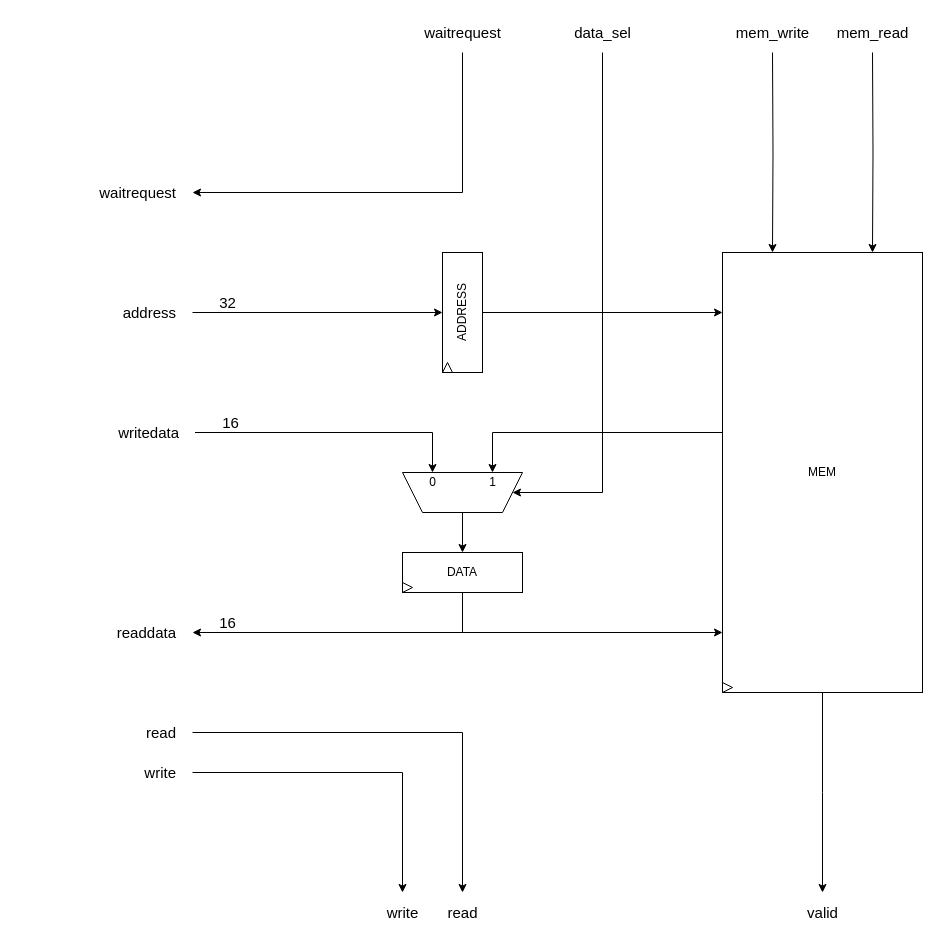
Before: page "rtl_avalonside" (2 of 3) of rtl/avalon_hyperRAM_interface.drawio in AndreaBononi/IP_cores, a draw.io diagram. Source tidied: cells renumbered, new cells numbered last; positions are measured from the earlier drawing's top-left corner, leaving out a move shared by most shapes. Both pictures are drawn from the tidied source at 100%, with x=0, y=0 at pixel (87, 17).
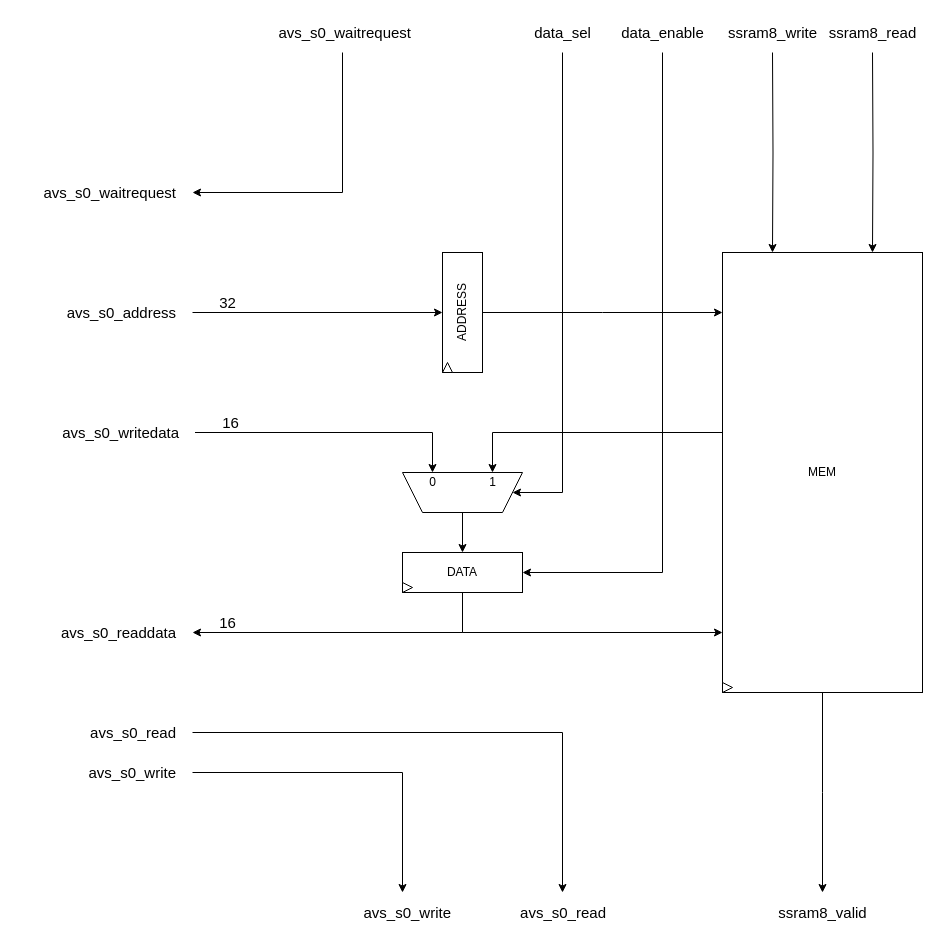
The same page after the edit.

Unchanged cells that the change refers to:
```xml
<mxCell id="4" value="DATA" style="rounded=0;whiteSpace=wrap;html=1;horizontal=0;rotation=90;" parent="1" vertex="1">
  <mxGeometry x="355" y="495" width="40" height="120" as="geometry" />
</mxCell>
<mxCell id="37" style="shape=trapezoid;perimeter=trapezoidPerimeter;whiteSpace=wrap;html=1;fixedSize=1;direction=west;" parent="1" vertex="1">
  <mxGeometry x="315" y="455" width="120" height="40" as="geometry" />
</mxCell>
```

The edit, as a diff of the source:
```diff
@@
+    <mxCell id="41" style="edgeStyle=orthogonalEdgeStyle;rounded=0;jettySize=auto;html=1;exitX=0.5;exitY=0;exitDx=0;exitDy=0;entryX=0.5;entryY=0;entryDx=0;entryDy=0;" parent="1" edge="1" target="4">
+      <mxGeometry relative="1" as="geometry">
+        <mxPoint x="575" y="35" as="sourcePoint" />
+        <Array as="points">
+          <mxPoint x="575" y="555" />
+        </Array>
+      </mxGeometry>
+    </mxCell>
@@
-    <mxCell id="7" value="&lt;font style=&quot;font-size: 15px&quot;&gt;address&lt;/font&gt;" style="text;html=1;align=right;verticalAlign=middle;strokeColor=none;fillColor=none;" parent="1" vertex="1">
-      <mxGeometry x="20" y="285" width="70" height="20" as="geometry" />
+    <mxCell id="7" value="&lt;font style=&quot;font-size: 15px;&quot;&gt;avs_s0_&lt;font style=&quot;font-size: 15px;&quot;&gt;address&lt;/font&gt;&lt;/font&gt;" style="text;html=1;align=right;verticalAlign=middle;strokeColor=none;fillColor=none;" parent="1" vertex="1">
+      <mxGeometry x="-40" y="280" width="130" height="30" as="geometry" />
     </mxCell>
-    <mxCell id="8" value="&lt;div&gt;readdata&lt;/div&gt;" style="text;html=1;align=right;verticalAlign=middle;strokeColor=none;fillColor=none;fontSize=15;" parent="1" vertex="1">
-      <mxGeometry x="20" y="605" width="70" height="20" as="geometry" />
+    <mxCell id="8" value="avs_s0_readdata" style="text;html=1;align=right;verticalAlign=middle;strokeColor=none;fillColor=none;fontSize=15;" parent="1" vertex="1">
+      <mxGeometry x="-50" y="600" width="140" height="30" as="geometry" />
     </mxCell>
-    <mxCell id="9" value="&lt;div&gt;read&lt;/div&gt;" style="text;html=1;align=right;verticalAlign=middle;strokeColor=none;fillColor=none;fontSize=15;" parent="1" vertex="1">
-      <mxGeometry x="40" y="705" width="50" height="20" as="geometry" />
+    <mxCell id="9" value="avs_s0_read" style="text;html=1;align=right;verticalAlign=middle;strokeColor=none;fillColor=none;fontSize=15;" parent="1" vertex="1">
+      <mxGeometry x="-20" y="700" width="110" height="30" as="geometry" />
     </mxCell>
-    <mxCell id="10" value="writedata" style="text;html=1;align=right;verticalAlign=middle;strokeColor=none;fillColor=none;fontSize=15;" parent="1" vertex="1">
-      <mxGeometry x="12.5" y="405" width="80" height="20" as="geometry" />
+    <mxCell id="10" value="avs_s0_writedata" style="text;html=1;align=right;verticalAlign=middle;strokeColor=none;fillColor=none;fontSize=15;" parent="1" vertex="1">
+      <mxGeometry x="-47.5" y="400" width="140" height="30" as="geometry" />
     </mxCell>
-    <mxCell id="11" value="write" style="text;html=1;align=right;verticalAlign=middle;strokeColor=none;fillColor=none;fontSize=15;" parent="1" vertex="1">
-      <mxGeometry x="40" y="745" width="50" height="20" as="geometry" />
+    <mxCell id="11" value="avs_s0_write" style="text;html=1;align=right;verticalAlign=middle;strokeColor=none;fillColor=none;fontSize=15;" parent="1" vertex="1">
+      <mxGeometry x="-20" y="740" width="110" height="30" as="geometry" />
     </mxCell>
-    <mxCell id="12" value="waitrequest" style="text;html=1;align=right;verticalAlign=middle;strokeColor=none;fillColor=none;fontSize=15;" parent="1" vertex="1">
-      <mxGeometry y="165" width="90" height="20" as="geometry" />
+    <mxCell id="12" value="avs_s0_waitrequest" style="text;html=1;align=right;verticalAlign=middle;strokeColor=none;fillColor=none;fontSize=15;" parent="1" vertex="1">
+      <mxGeometry x="-70" y="160" width="160" height="30" as="geometry" />
     </mxCell>
     <mxCell id="13" style="endArrow=classic;html=1;rounded=0;fontSize=15;" parent="1" edge="1">
       <mxGeometry relative="1" as="geometry">
-        <mxPoint x="375" y="35" as="sourcePoint" />
+        <mxPoint x="255" y="35" as="sourcePoint" />
         <mxPoint x="105" y="175" as="targetPoint" />
         <Array as="points">
-          <mxPoint x="375" y="175" />
+          <mxPoint x="255" y="175" />
         </Array>
       </mxGeometry>
     </mxCell>
@@
     <mxCell id="19" style="endArrow=classic;html=1;rounded=0;fontSize=15;" parent="1" edge="1">
       <mxGeometry relative="1" as="geometry">
         <mxPoint x="105" y="715" as="sourcePoint" />
-        <mxPoint x="375" y="875" as="targetPoint" />
+        <mxPoint x="475" y="875" as="targetPoint" />
         <Array as="points">
-          <mxPoint x="375" y="715" />
+          <mxPoint x="475" y="715" />
         </Array>
       </mxGeometry>
     </mxCell>
@@
-    <mxCell id="27" value="&lt;div&gt;read&lt;/div&gt;" style="text;html=1;align=center;verticalAlign=middle;strokeColor=none;fillColor=none;fontSize=15;" parent="1" vertex="1">
-      <mxGeometry x="350" y="885" width="50" height="20" as="geometry" />
-    </mxCell>
-    <mxCell id="28" value="write" style="text;html=1;align=center;verticalAlign=middle;strokeColor=none;fillColor=none;fontSize=15;" parent="1" vertex="1">
-      <mxGeometry x="290" y="885" width="50" height="20" as="geometry" />
-    </mxCell>
-    <mxCell id="29" value="waitrequest" style="text;html=1;align=center;verticalAlign=middle;strokeColor=none;fillColor=none;fontSize=15;" parent="1" vertex="1">
-      <mxGeometry x="330" y="5" width="90" height="20" as="geometry" />
-    </mxCell>
-    <mxCell id="30" value="&lt;font style=&quot;font-size: 15px;&quot;&gt;mem_read&lt;/font&gt;" style="text;html=1;align=center;verticalAlign=middle;strokeColor=none;fillColor=none;" parent="1" vertex="1">
-      <mxGeometry x="740" width="90" height="30" as="geometry" />
+    <mxCell id="30" value="&lt;font style=&quot;font-size: 15px;&quot;&gt;ssram8_read&lt;/font&gt;" style="text;html=1;align=center;verticalAlign=middle;strokeColor=none;fillColor=none;" parent="1" vertex="1">
+      <mxGeometry x="730" width="110" height="30" as="geometry" />
     </mxCell>
@@
-    <mxCell id="32" value="&lt;font style=&quot;font-size: 15px;&quot;&gt;valid&lt;/font&gt;" style="text;html=1;align=center;verticalAlign=middle;strokeColor=none;fillColor=none;" parent="1" vertex="1">
-      <mxGeometry x="710" y="880" width="50" height="30" as="geometry" />
+    <mxCell id="32" value="&lt;font style=&quot;font-size: 15px;&quot;&gt;ssram8_&lt;font style=&quot;font-size: 15px;&quot;&gt;valid&lt;/font&gt;&lt;/font&gt;" style="text;html=1;align=center;verticalAlign=middle;strokeColor=none;fillColor=none;" parent="1" vertex="1">
+      <mxGeometry x="680" y="880" width="110" height="30" as="geometry" />
     </mxCell>
-    <mxCell id="33" value="&lt;font style=&quot;font-size: 15px;&quot;&gt;mem_write&lt;/font&gt;" style="text;html=1;align=center;verticalAlign=middle;strokeColor=none;fillColor=none;" parent="1" vertex="1">
-      <mxGeometry x="635" width="100" height="30" as="geometry" />
+    <mxCell id="33" value="&lt;font style=&quot;font-size: 15px;&quot;&gt;ssram8_write&lt;/font&gt;" style="text;html=1;align=center;verticalAlign=middle;strokeColor=none;fillColor=none;" parent="1" vertex="1">
+      <mxGeometry x="630" width="110" height="30" as="geometry" />
     </mxCell>
@@
     <mxCell id="36" style="edgeStyle=orthogonalEdgeStyle;rounded=0;jettySize=auto;html=1;entryX=0;entryY=0.5;entryDx=0;entryDy=0;" parent="1" edge="1" target="37">
       <mxGeometry relative="1" as="geometry">
-        <mxPoint x="515" y="35" as="sourcePoint" />
+        <mxPoint x="475" y="35" as="sourcePoint" />
         <Array as="points">
-          <mxPoint x="515" y="475" />
+          <mxPoint x="475" y="35" />
+          <mxPoint x="475" y="475" />
         </Array>
       </mxGeometry>
     </mxCell>
@@
     <mxCell id="40" value="&lt;font style=&quot;font-size: 15px;&quot;&gt;data_sel&lt;/font&gt;" style="text;html=1;align=center;verticalAlign=middle;strokeColor=none;fillColor=none;" parent="1" vertex="1">
-      <mxGeometry x="475" width="80" height="30" as="geometry" />
+      <mxGeometry x="435" width="80" height="30" as="geometry" />
     </mxCell>
+    <mxCell id="42" value="&lt;font style=&quot;font-size: 15px;&quot;&gt;data_enable&lt;/font&gt;" style="text;html=1;align=center;verticalAlign=middle;strokeColor=none;fillColor=none;" parent="1" vertex="1">
+      <mxGeometry x="520" width="110" height="30" as="geometry" />
+    </mxCell>
+    <mxCell id="43" value="avs_s0_waitrequest" style="text;html=1;align=right;verticalAlign=middle;strokeColor=none;fillColor=none;fontSize=15;" parent="1" vertex="1">
+      <mxGeometry x="165" width="160" height="30" as="geometry" />
+    </mxCell>
+    <mxCell id="44" value="avs_s0_write" style="text;html=1;align=right;verticalAlign=middle;strokeColor=none;fillColor=none;fontSize=15;" parent="1" vertex="1">
+      <mxGeometry x="255" y="880" width="110" height="30" as="geometry" />
+    </mxCell>
+    <mxCell id="45" value="avs_s0_read" style="text;html=1;align=right;verticalAlign=middle;strokeColor=none;fillColor=none;fontSize=15;" parent="1" vertex="1">
+      <mxGeometry x="410" y="880" width="110" height="30" as="geometry" />
+    </mxCell>
```
